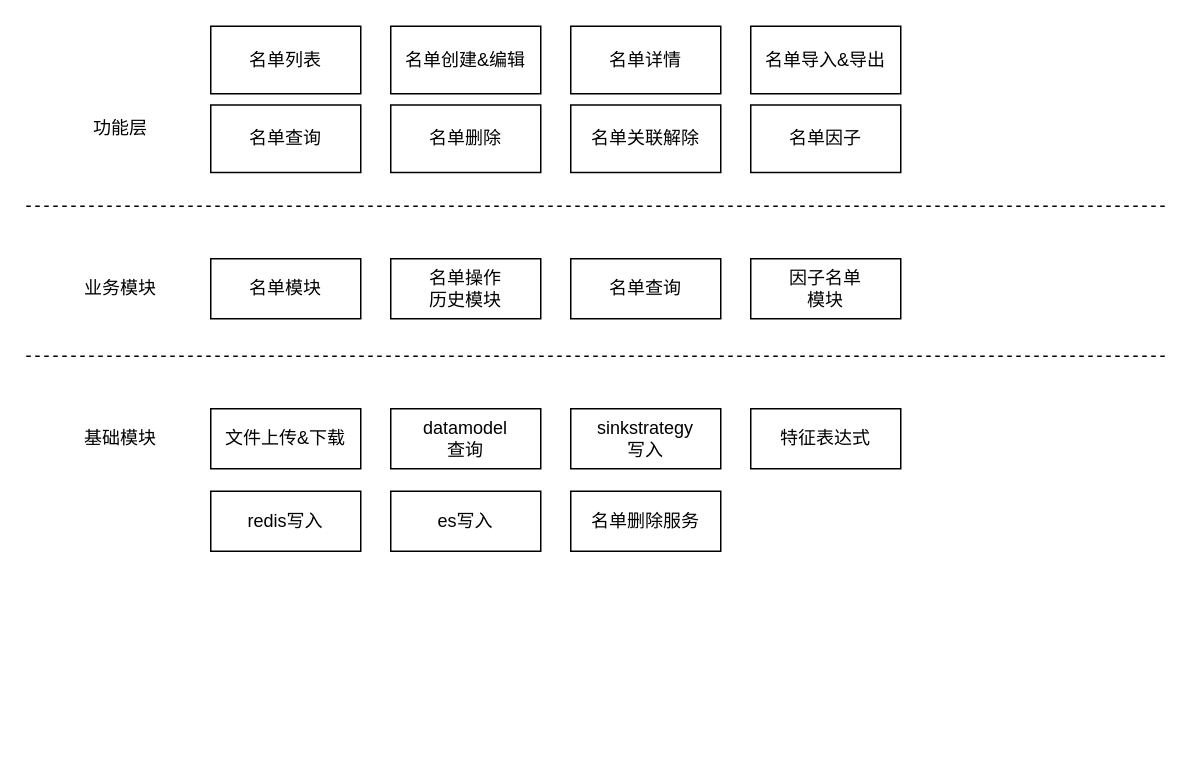
learn2Pro/draw_io_save keeps this draw.io diagram as namelist_infr.drawio. Above is the earlier version. Source tidied: cells renumbered, new cells numbered last; positions are measured from the earlier drawing's top-left corner, leaving out a move shared by most shapes. Both pictures are drawn from the tidied source at 150%, with x=0, y=0 at pixel (26, 26).
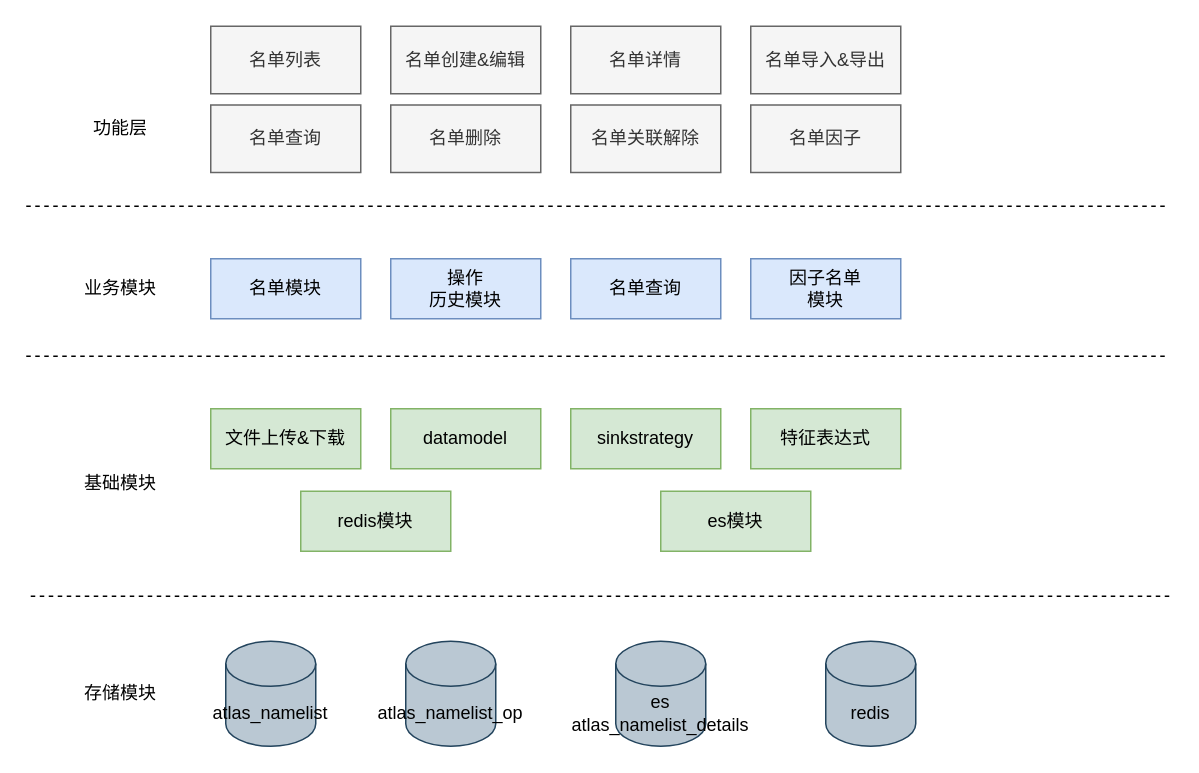
Above is the later version.

Diff of the diagram source:
```diff
@@
-    <mxCell id="3" value="名单列表" style="rounded=0;whiteSpace=wrap;html=1;" parent="1" vertex="1">
+    <mxCell id="3" value="名单列表" style="rounded=0;whiteSpace=wrap;html=1;fillColor=#f5f5f5;strokeColor=#666666;fontColor=#333333;" parent="1" vertex="1">
       <mxGeometry x="123" width="100" height="45" as="geometry" />
     </mxCell>
-    <mxCell id="4" value="名单创建&amp;amp;编辑" style="rounded=0;whiteSpace=wrap;html=1;" parent="1" vertex="1">
+    <mxCell id="4" value="名单创建&amp;amp;编辑" style="rounded=0;whiteSpace=wrap;html=1;fillColor=#f5f5f5;strokeColor=#666666;fontColor=#333333;" parent="1" vertex="1">
       <mxGeometry x="243" width="100" height="45" as="geometry" />
     </mxCell>
-    <mxCell id="5" value="名单查询" style="rounded=0;whiteSpace=wrap;html=1;" parent="1" vertex="1">
+    <mxCell id="5" value="名单查询" style="rounded=0;whiteSpace=wrap;html=1;fillColor=#f5f5f5;strokeColor=#666666;fontColor=#333333;" parent="1" vertex="1">
       <mxGeometry x="123" y="52.5" width="100" height="45" as="geometry" />
     </mxCell>
-    <mxCell id="6" value="名单导入&amp;amp;导出" style="rounded=0;whiteSpace=wrap;html=1;" parent="1" vertex="1">
+    <mxCell id="6" value="名单导入&amp;amp;导出" style="rounded=0;whiteSpace=wrap;html=1;fillColor=#f5f5f5;strokeColor=#666666;fontColor=#333333;" parent="1" vertex="1">
       <mxGeometry x="483" width="100" height="45" as="geometry" />
     </mxCell>
-    <mxCell id="7" value="名单因子" style="rounded=0;whiteSpace=wrap;html=1;" parent="1" vertex="1">
+    <mxCell id="7" value="名单因子" style="rounded=0;whiteSpace=wrap;html=1;fillColor=#f5f5f5;strokeColor=#666666;fontColor=#333333;" parent="1" vertex="1">
       <mxGeometry x="483" y="52.5" width="100" height="45" as="geometry" />
     </mxCell>
@@
-    <mxCell id="10" value="名单模块" style="rounded=0;whiteSpace=wrap;html=1;" parent="1" vertex="1">
+    <mxCell id="10" value="名单模块" style="rounded=0;whiteSpace=wrap;html=1;fillColor=#dae8fc;strokeColor=#6c8ebf;" parent="1" vertex="1">
       <mxGeometry x="123" y="155" width="100" height="40" as="geometry" />
     </mxCell>
-    <mxCell id="11" value="名单操作&lt;br&gt;历史模块" style="rounded=0;whiteSpace=wrap;html=1;" parent="1" vertex="1">
+    <mxCell id="11" value="操作&lt;br&gt;历史模块" style="rounded=0;whiteSpace=wrap;html=1;fillColor=#dae8fc;strokeColor=#6c8ebf;" parent="1" vertex="1">
       <mxGeometry x="243" y="155" width="100" height="40" as="geometry" />
     </mxCell>
-    <mxCell id="12" value="名单查询" style="rounded=0;whiteSpace=wrap;html=1;" parent="1" vertex="1">
+    <mxCell id="12" value="名单查询" style="rounded=0;whiteSpace=wrap;html=1;fillColor=#dae8fc;strokeColor=#6c8ebf;" parent="1" vertex="1">
       <mxGeometry x="363" y="155" width="100" height="40" as="geometry" />
     </mxCell>
-    <mxCell id="13" value="因子名单&lt;br&gt;模块" style="rounded=0;whiteSpace=wrap;html=1;" parent="1" vertex="1">
+    <mxCell id="13" value="因子名单&lt;br&gt;模块" style="rounded=0;whiteSpace=wrap;html=1;fillColor=#dae8fc;strokeColor=#6c8ebf;" parent="1" vertex="1">
       <mxGeometry x="483" y="155" width="100" height="40" as="geometry" />
     </mxCell>
-    <mxCell id="14" value="名单删除" style="rounded=0;whiteSpace=wrap;html=1;" parent="1" vertex="1">
+    <mxCell id="14" value="名单删除" style="rounded=0;whiteSpace=wrap;html=1;fillColor=#f5f5f5;strokeColor=#666666;fontColor=#333333;" parent="1" vertex="1">
       <mxGeometry x="243" y="52.5" width="100" height="45" as="geometry" />
     </mxCell>
-    <mxCell id="15" value="名单关联解除" style="rounded=0;whiteSpace=wrap;html=1;" parent="1" vertex="1">
+    <mxCell id="15" value="名单关联解除" style="rounded=0;whiteSpace=wrap;html=1;fillColor=#f5f5f5;strokeColor=#666666;fontColor=#333333;" parent="1" vertex="1">
       <mxGeometry x="363" y="52.5" width="100" height="45" as="geometry" />
     </mxCell>
     <mxCell id="16" value="基础模块" style="text;html=1;strokeColor=none;fillColor=none;align=center;verticalAlign=middle;whiteSpace=wrap;rounded=0;" parent="1" vertex="1">
-      <mxGeometry x="23" y="260" width="80" height="30" as="geometry" />
+      <mxGeometry x="23" y="290" width="80" height="30" as="geometry" />
     </mxCell>
@@
-    <mxCell id="18" value="名单详情" style="rounded=0;whiteSpace=wrap;html=1;" parent="1" vertex="1">
+    <mxCell id="18" value="名单详情" style="rounded=0;whiteSpace=wrap;html=1;fillColor=#f5f5f5;strokeColor=#666666;fontColor=#333333;" parent="1" vertex="1">
       <mxGeometry x="363" width="100" height="45" as="geometry" />
     </mxCell>
-    <mxCell id="19" value="文件上传&amp;amp;下载" style="rounded=0;whiteSpace=wrap;html=1;" parent="1" vertex="1">
+    <mxCell id="19" value="文件上传&amp;amp;下载" style="rounded=0;whiteSpace=wrap;html=1;fillColor=#d5e8d4;strokeColor=#82b366;" parent="1" vertex="1">
       <mxGeometry x="123" y="255" width="100" height="40" as="geometry" />
     </mxCell>
-    <mxCell id="20" value="datamodel&lt;br&gt;查询" style="rounded=0;whiteSpace=wrap;html=1;" parent="1" vertex="1">
+    <mxCell id="20" value="datamodel" style="rounded=0;whiteSpace=wrap;html=1;fillColor=#d5e8d4;strokeColor=#82b366;" parent="1" vertex="1">
       <mxGeometry x="243" y="255" width="100" height="40" as="geometry" />
     </mxCell>
-    <mxCell id="21" value="sinkstrategy&lt;br&gt;写入" style="rounded=0;whiteSpace=wrap;html=1;" parent="1" vertex="1">
+    <mxCell id="21" value="sinkstrategy" style="rounded=0;whiteSpace=wrap;html=1;fillColor=#d5e8d4;strokeColor=#82b366;" parent="1" vertex="1">
       <mxGeometry x="363" y="255" width="100" height="40" as="geometry" />
     </mxCell>
-    <mxCell id="22" value="特征表达式" style="rounded=0;whiteSpace=wrap;html=1;" parent="1" vertex="1">
+    <mxCell id="22" value="特征表达式" style="rounded=0;whiteSpace=wrap;html=1;fillColor=#d5e8d4;strokeColor=#82b366;" parent="1" vertex="1">
       <mxGeometry x="483" y="255" width="100" height="40" as="geometry" />
     </mxCell>
-    <mxCell id="23" value="redis写入" style="rounded=0;whiteSpace=wrap;html=1;" parent="1" vertex="1">
-      <mxGeometry x="123" y="310" width="100" height="40" as="geometry" />
+    <mxCell id="23" value="redis模块" style="rounded=0;whiteSpace=wrap;html=1;fillColor=#d5e8d4;strokeColor=#82b366;" parent="1" vertex="1">
+      <mxGeometry x="183" y="310" width="100" height="40" as="geometry" />
     </mxCell>
-    <mxCell id="24" value="es写入" style="rounded=0;whiteSpace=wrap;html=1;" parent="1" vertex="1">
-      <mxGeometry x="243" y="310" width="100" height="40" as="geometry" />
+    <mxCell id="24" value="es模块" style="rounded=0;whiteSpace=wrap;html=1;fillColor=#d5e8d4;strokeColor=#82b366;" parent="1" vertex="1">
+      <mxGeometry x="423" y="310" width="100" height="40" as="geometry" />
     </mxCell>
-    <mxCell id="25" value="名单删除服务" style="rounded=0;whiteSpace=wrap;html=1;" parent="1" vertex="1">
-      <mxGeometry x="363" y="310" width="100" height="40" as="geometry" />
-    </mxCell>
+    <mxCell id="26" value="存储模块" style="text;html=1;strokeColor=none;fillColor=none;align=center;verticalAlign=middle;whiteSpace=wrap;rounded=0;" parent="1" vertex="1">
+      <mxGeometry x="23" y="430" width="80" height="30" as="geometry" />
+    </mxCell>
+    <mxCell id="27" style="endArrow=none;dashed=1;html=1;" parent="1" edge="1">
+      <mxGeometry relative="1" as="geometry">
+        <mxPoint x="3" y="380" as="sourcePoint" />
+        <mxPoint x="763" y="380" as="targetPoint" />
+      </mxGeometry>
+    </mxCell>
+    <mxCell id="28" value="atlas_namelist" style="shape=cylinder3;whiteSpace=wrap;html=1;boundedLbl=1;backgroundOutline=1;size=15;fillColor=#bac8d3;strokeColor=#23445d;" parent="1" vertex="1">
+      <mxGeometry x="133" y="410" width="60" height="70" as="geometry" />
+    </mxCell>
+    <mxCell id="29" value="atlas_namelist_op" style="shape=cylinder3;whiteSpace=wrap;html=1;boundedLbl=1;backgroundOutline=1;size=15;fillColor=#bac8d3;strokeColor=#23445d;" parent="1" vertex="1">
+      <mxGeometry x="253" y="410" width="60" height="70" as="geometry" />
+    </mxCell>
+    <mxCell id="30" value="es&lt;br&gt;atlas_namelist_details" style="shape=cylinder3;whiteSpace=wrap;html=1;boundedLbl=1;backgroundOutline=1;size=15;fillColor=#bac8d3;strokeColor=#23445d;" parent="1" vertex="1">
+      <mxGeometry x="393" y="410" width="60" height="70" as="geometry" />
+    </mxCell>
+    <mxCell id="31" value="redis" style="shape=cylinder3;whiteSpace=wrap;html=1;boundedLbl=1;backgroundOutline=1;size=15;fillColor=#bac8d3;strokeColor=#23445d;" parent="1" vertex="1">
+      <mxGeometry x="533" y="410" width="60" height="70" as="geometry" />
+    </mxCell>
```
